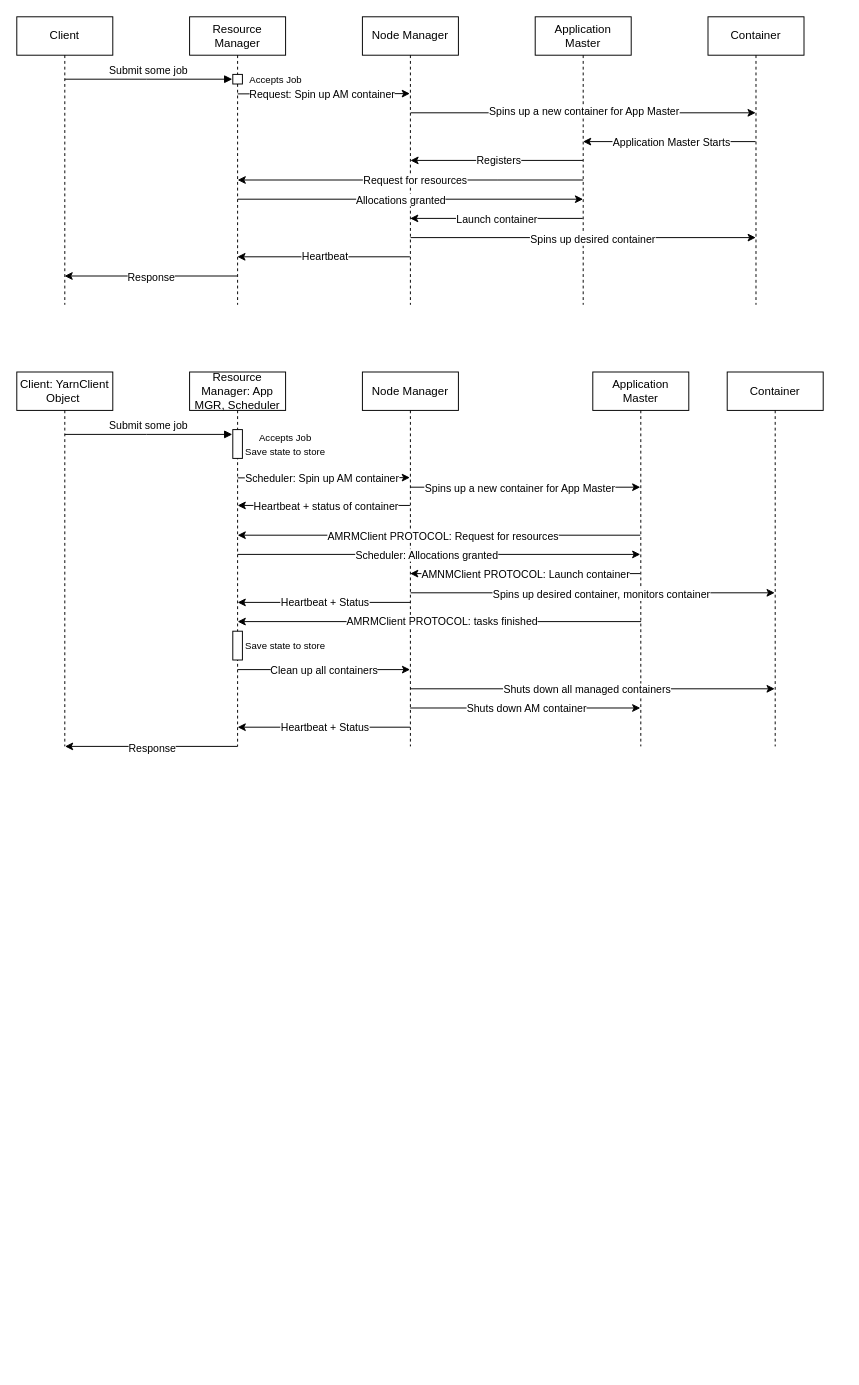
The draw.io diagram YARNHighSequence.drawio in Amir-kar/EECS4314-GroupD, before the edit. Source tidied: cells renumbered, new cells numbered last; positions are measured from the earlier drawing's top-left corner, leaving out a move shared by most shapes. Both pictures are drawn from the tidied source at 96%, with x=0, y=0 at pixel (16, 16).
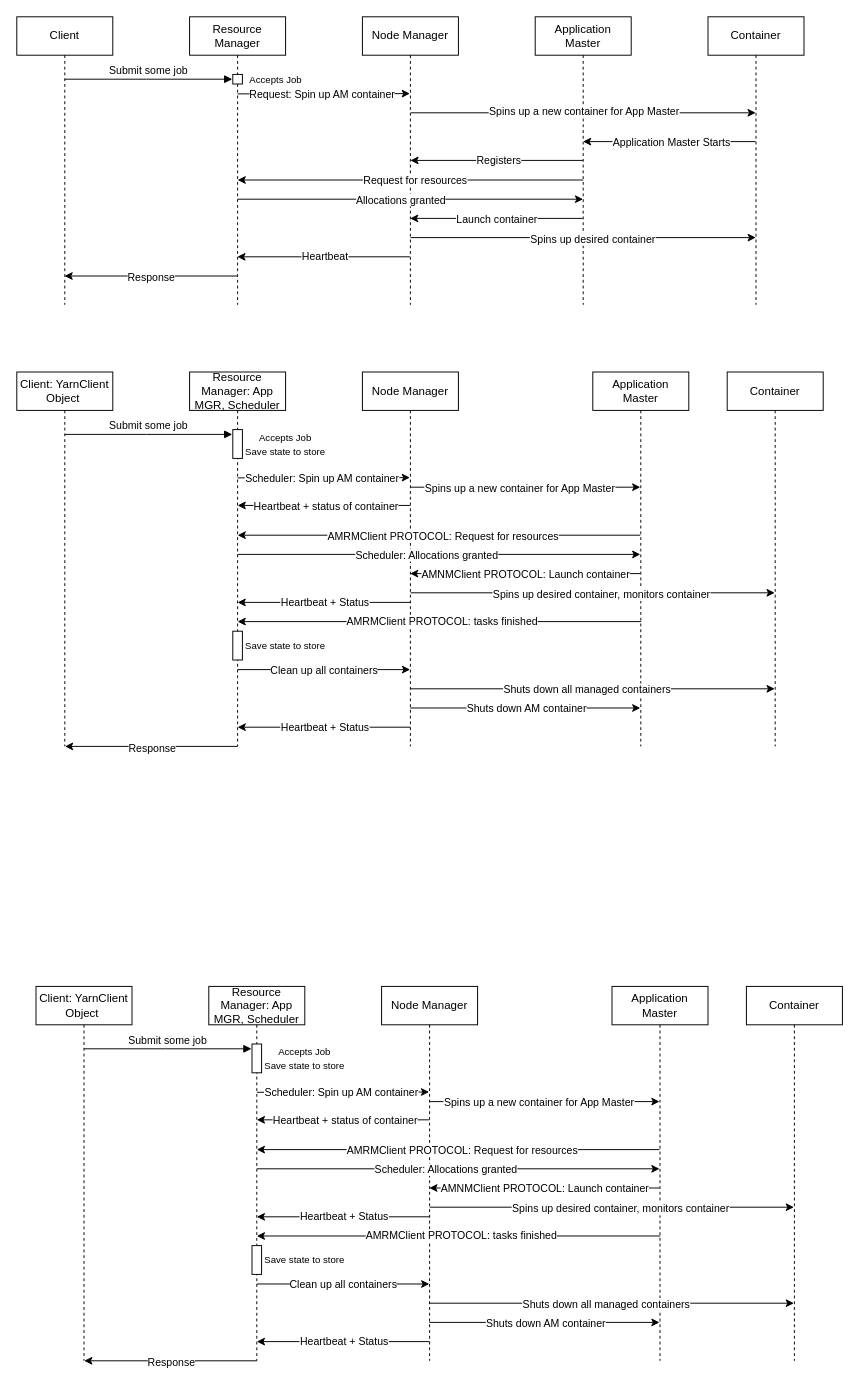
The same diagram, later.

Commit message:
added diagram to start for presentation 2

The edit, as a diff of the source:
```diff
@@
+    <mxCell id="68" value="Client: YarnClient Object&amp;nbsp;" style="shape=umlLifeline;perimeter=lifelinePerimeter;whiteSpace=wrap;html=1;newEdgeStyle={&quot;edgeStyle&quot;:&quot;elbowEdgeStyle&quot;,&quot;elbow&quot;:&quot;vertical&quot;,&quot;curved&quot;:0,&quot;rounded&quot;:0};" parent="1" vertex="1">
+      <mxGeometry x="20" y="1010" width="100" height="390" as="geometry" />
+    </mxCell>
+    <mxCell id="69" style="edgeStyle=elbowEdgeStyle;rounded=0;orthogonalLoop=1;jettySize=auto;html=1;elbow=vertical;curved=0;" parent="1" edge="1">
+      <mxGeometry relative="1" as="geometry">
+        <mxPoint x="250.1" y="1120.3" as="sourcePoint" />
+        <mxPoint x="429.5" y="1120.3" as="targetPoint" />
+      </mxGeometry>
+    </mxCell>
+    <mxCell id="70" value="Scheduler: Spin up AM container" style="edgeLabel;html=1;align=center;verticalAlign=middle;" parent="69" vertex="1">
+      <mxGeometry x="-0.02" y="3" relative="1" as="geometry">
+        <mxPoint y="3" as="offset" />
+      </mxGeometry>
+    </mxCell>
+    <mxCell id="71" value="Resource Manager: App MGR, Scheduler" style="shape=umlLifeline;perimeter=lifelinePerimeter;whiteSpace=wrap;html=1;newEdgeStyle={&quot;edgeStyle&quot;:&quot;elbowEdgeStyle&quot;,&quot;elbow&quot;:&quot;vertical&quot;,&quot;curved&quot;:0,&quot;rounded&quot;:0};" parent="1" vertex="1">
+      <mxGeometry x="200" y="1010" width="100" height="390" as="geometry" />
+    </mxCell>
+    <mxCell id="72" style="html=1;perimeter=orthogonalPerimeter;targetShapes=umlLifeline;newEdgeStyle={&quot;edgeStyle&quot;:&quot;elbowEdgeStyle&quot;,&quot;elbow&quot;:&quot;vertical&quot;,&quot;curved&quot;:0,&quot;rounded&quot;:0};" parent="71" vertex="1">
+      <mxGeometry x="45" y="60" width="10" height="30" as="geometry" />
+    </mxCell>
+    <mxCell id="73" style="html=1;perimeter=orthogonalPerimeter;targetShapes=umlLifeline;newEdgeStyle={&quot;edgeStyle&quot;:&quot;elbowEdgeStyle&quot;,&quot;elbow&quot;:&quot;vertical&quot;,&quot;curved&quot;:0,&quot;rounded&quot;:0};" parent="71" vertex="1">
+      <mxGeometry x="45" y="270" width="10" height="30" as="geometry" />
+    </mxCell>
+    <mxCell id="74" value="Node Manager" style="shape=umlLifeline;perimeter=lifelinePerimeter;whiteSpace=wrap;html=1;outlineConnect=0;portConstraint=eastwest;newEdgeStyle={&quot;edgeStyle&quot;:&quot;elbowEdgeStyle&quot;,&quot;elbow&quot;:&quot;vertical&quot;,&quot;curved&quot;:0,&quot;rounded&quot;:0};" parent="1" vertex="1">
+      <mxGeometry x="380" y="1010" width="100" height="390" as="geometry" />
+    </mxCell>
+    <mxCell id="75" value="Application Master" style="shape=umlLifeline;perimeter=lifelinePerimeter;whiteSpace=wrap;html=1;outlineConnect=0;portConstraint=eastwest;newEdgeStyle={&quot;edgeStyle&quot;:&quot;elbowEdgeStyle&quot;,&quot;elbow&quot;:&quot;vertical&quot;,&quot;curved&quot;:0,&quot;rounded&quot;:0};" parent="1" vertex="1">
+      <mxGeometry x="620" y="1010" width="100" height="390" as="geometry" />
+    </mxCell>
+    <mxCell id="76" value="Container" style="shape=umlLifeline;perimeter=lifelinePerimeter;whiteSpace=wrap;html=1;outlineConnect=0;portConstraint=eastwest;newEdgeStyle={&quot;edgeStyle&quot;:&quot;elbowEdgeStyle&quot;,&quot;elbow&quot;:&quot;vertical&quot;,&quot;curved&quot;:0,&quot;rounded&quot;:0};" parent="1" vertex="1">
+      <mxGeometry x="760" y="1010" width="100" height="390" as="geometry" />
+    </mxCell>
+    <mxCell id="77" style="edgeStyle=elbowEdgeStyle;rounded=0;jettySize=auto;html=1;elbow=vertical;curved=0;" parent="1" edge="1" target="75">
+      <mxGeometry relative="1" as="geometry">
+        <mxPoint x="430.3" y="1130" as="sourcePoint" />
+      </mxGeometry>
+    </mxCell>
+    <mxCell id="78" value="Spins up a new container for App Master" style="edgeLabel;html=1;align=center;verticalAlign=middle;" parent="77" vertex="1">
+      <mxGeometry x="-0.12" y="2" relative="1" as="geometry">
+        <mxPoint x="8" y="2" as="offset" />
+      </mxGeometry>
+    </mxCell>
+    <mxCell id="79" value="Submit some job" style="html=1;verticalAlign=bottom;endArrow=block;edgeStyle=elbowEdgeStyle;elbow=vertical;curved=0;rounded=0;" parent="1" edge="1">
+      <mxGeometry relative="1" as="geometry">
+        <mxPoint x="70" y="1075" as="sourcePoint" />
+        <mxPoint x="244.5" y="1075" as="targetPoint" />
+        <Array as="points">
+          <mxPoint x="155" y="1075" />
+        </Array>
+      </mxGeometry>
+    </mxCell>
+    <mxCell id="80" value="&lt;font style=&quot;font-size: 10px;&quot;&gt;Accepts Job&lt;/font&gt;&lt;div&gt;&lt;font style=&quot;font-size: 10px;&quot;&gt;Save state to store&lt;/font&gt;&lt;/div&gt;" style="text;html=1;align=center;verticalAlign=middle;whiteSpace=wrap;rounded=0;" parent="1" vertex="1">
+      <mxGeometry x="250" y="1070" width="100" height="30" as="geometry" />
+    </mxCell>
+    <mxCell id="81" style="endArrow=classic;html=1;rounded=0;" parent="1" edge="1" source="75">
+      <mxGeometry relative="1" as="geometry">
+        <mxPoint x="250" y="1180" as="targetPoint" />
+        <Array as="points">
+          <mxPoint x="520.3" y="1180" />
+        </Array>
+      </mxGeometry>
+    </mxCell>
+    <mxCell id="82" value="AMRMClient PROTOCOL: Request for resources" style="edgeLabel;html=1;align=center;verticalAlign=middle;" parent="81" vertex="1">
+      <mxGeometry x="-0.02" relative="1" as="geometry" />
+    </mxCell>
+    <mxCell id="83" style="endArrow=classic;html=1;rounded=0;" parent="1" edge="1" source="74">
+      <mxGeometry relative="1" as="geometry">
+        <mxPoint x="250" y="1149" as="targetPoint" />
+      </mxGeometry>
+    </mxCell>
+    <mxCell id="84" value="Heartbeat + status of container" style="edgeLabel;html=1;align=center;verticalAlign=middle;" parent="83" vertex="1">
+      <mxGeometry x="-0.02" relative="1" as="geometry" />
+    </mxCell>
+    <mxCell id="85" style="endArrow=classic;html=1;rounded=0;" parent="1" edge="1" target="75">
+      <mxGeometry relative="1" as="geometry">
+        <mxPoint x="250.1" y="1200" as="sourcePoint" />
+      </mxGeometry>
+    </mxCell>
+    <mxCell id="86" value="Scheduler: Allocations granted" style="edgeLabel;html=1;align=center;verticalAlign=middle;" parent="85" vertex="1">
+      <mxGeometry x="-0.12" y="-3" relative="1" as="geometry">
+        <mxPoint x="11" y="-3" as="offset" />
+      </mxGeometry>
+    </mxCell>
+    <mxCell id="87" style="endArrow=classic;html=1;rounded=0;" parent="1" edge="1" target="76">
+      <mxGeometry relative="1" as="geometry">
+        <mxPoint x="430.2" y="1240" as="sourcePoint" />
+      </mxGeometry>
+    </mxCell>
+    <mxCell id="88" value="Spins up desired container, monitors container" style="edgeLabel;html=1;align=center;verticalAlign=middle;" parent="87" vertex="1">
+      <mxGeometry x="-0.08" y="-1" relative="1" as="geometry">
+        <mxPoint x="24" as="offset" />
+      </mxGeometry>
+    </mxCell>
+    <mxCell id="89" style="endArrow=classic;html=1;rounded=0;" parent="1" edge="1" source="75">
+      <mxGeometry relative="1" as="geometry">
+        <mxPoint x="429.7" y="1220" as="targetPoint" />
+      </mxGeometry>
+    </mxCell>
+    <mxCell id="90" value="AMNMClient PROTOCOL: Launch container" style="edgeLabel;html=1;align=center;verticalAlign=middle;" parent="89" vertex="1">
+      <mxGeometry relative="1" as="geometry" />
+    </mxCell>
+    <mxCell id="91" style="endArrow=classic;html=1;rounded=0;" parent="1" edge="1">
+      <mxGeometry relative="1" as="geometry">
+        <mxPoint x="429.8" y="1250" as="sourcePoint" />
+        <mxPoint x="250" y="1250" as="targetPoint" />
+      </mxGeometry>
+    </mxCell>
+    <mxCell id="92" value="Heartbeat + Status" style="edgeLabel;html=1;align=center;verticalAlign=middle;" parent="91" vertex="1">
+      <mxGeometry x="-0.01" y="-1" relative="1" as="geometry" />
+    </mxCell>
+    <mxCell id="93" style="endArrow=classic;html=1;rounded=0;" parent="1" edge="1">
+      <mxGeometry relative="1" as="geometry">
+        <mxPoint x="250" y="1400" as="sourcePoint" />
+        <mxPoint x="70.2" y="1400" as="targetPoint" />
+      </mxGeometry>
+    </mxCell>
+    <mxCell id="94" value="Response" style="edgeLabel;html=1;align=center;verticalAlign=middle;" parent="93" vertex="1">
+      <mxGeometry x="-0.08" y="1" relative="1" as="geometry">
+        <mxPoint x="-7" as="offset" />
+      </mxGeometry>
+    </mxCell>
+    <mxCell id="95" style="endArrow=classic;html=1;rounded=0;" parent="1" edge="1">
+      <mxGeometry relative="1" as="geometry">
+        <mxPoint x="670.3" y="1270" as="sourcePoint" />
+        <mxPoint x="250" y="1270" as="targetPoint" />
+      </mxGeometry>
+    </mxCell>
+    <mxCell id="96" value="AMRMClient PROTOCOL: tasks finished" style="edgeLabel;html=1;align=center;verticalAlign=middle;" parent="95" vertex="1">
+      <mxGeometry x="-0.01" y="-1" relative="1" as="geometry" />
+    </mxCell>
+    <mxCell id="97" value="&lt;div&gt;&lt;font style=&quot;font-size: 10px;&quot;&gt;Save state to store&lt;/font&gt;&lt;/div&gt;" style="text;html=1;align=center;verticalAlign=middle;whiteSpace=wrap;rounded=0;" parent="1" vertex="1">
+      <mxGeometry x="250" y="1280" width="100" height="30" as="geometry" />
+    </mxCell>
+    <mxCell id="98" style="endArrow=classic;html=1;rounded=0;" parent="1" edge="1">
+      <mxGeometry relative="1" as="geometry">
+        <mxPoint x="250" y="1320" as="sourcePoint" />
+        <mxPoint x="429.7" y="1320" as="targetPoint" />
+      </mxGeometry>
+    </mxCell>
+    <mxCell id="99" value="Clean up all containers" style="edgeLabel;html=1;align=center;verticalAlign=middle;" parent="98" vertex="1">
+      <mxGeometry x="-0.01" relative="1" as="geometry" />
+    </mxCell>
+    <mxCell id="100" style="endArrow=classic;html=1;rounded=0;" parent="1" edge="1">
+      <mxGeometry relative="1" as="geometry">
+        <mxPoint x="429.8" y="1340" as="sourcePoint" />
+        <mxPoint x="809.5" y="1340" as="targetPoint" />
+      </mxGeometry>
+    </mxCell>
+    <mxCell id="101" value="Shuts down all managed containers" style="edgeLabel;html=1;align=center;verticalAlign=middle;" parent="100" vertex="1">
+      <mxGeometry x="-0.03" relative="1" as="geometry" />
+    </mxCell>
+    <mxCell id="102" style="endArrow=classic;html=1;rounded=0;" parent="1" edge="1">
+      <mxGeometry relative="1" as="geometry">
+        <mxPoint x="429.7" y="1360" as="sourcePoint" />
+        <mxPoint x="669.5" y="1360" as="targetPoint" />
+      </mxGeometry>
+    </mxCell>
+    <mxCell id="103" value="Shuts down AM container" style="edgeLabel;html=1;align=center;verticalAlign=middle;" parent="102" vertex="1">
+      <mxGeometry x="-0.07" y="2" relative="1" as="geometry">
+        <mxPoint x="9" y="2" as="offset" />
+      </mxGeometry>
+    </mxCell>
+    <mxCell id="104" style="endArrow=classic;html=1;rounded=0;" parent="1" edge="1">
+      <mxGeometry relative="1" as="geometry">
+        <mxPoint x="429.8" y="1380" as="sourcePoint" />
+        <mxPoint x="250" y="1380" as="targetPoint" />
+      </mxGeometry>
+    </mxCell>
+    <mxCell id="105" value="Heartbeat + Status" style="edgeLabel;html=1;align=center;verticalAlign=middle;" parent="104" vertex="1">
+      <mxGeometry x="-0.01" y="-1" relative="1" as="geometry" />
+    </mxCell>
```
